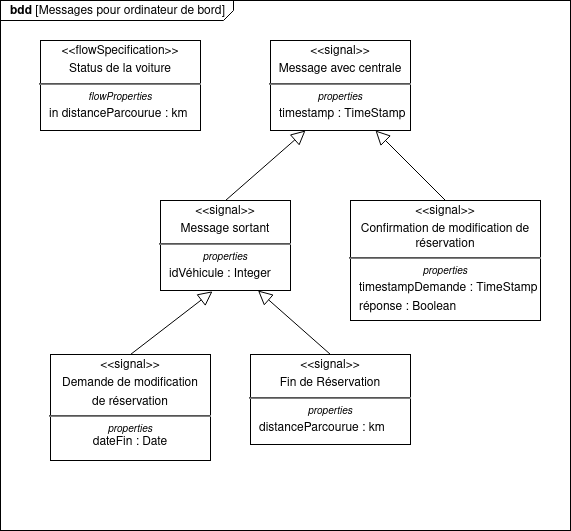
Earlier version of the draw.io export diagrammes/bdd_signaux_ordi_de_bord.png (Dalker/ISI-mobility). Source tidied: cells renumbered, new cells last; positions are measured from the earlier drawing's top-left corner, leaving out a move shared by most shapes.
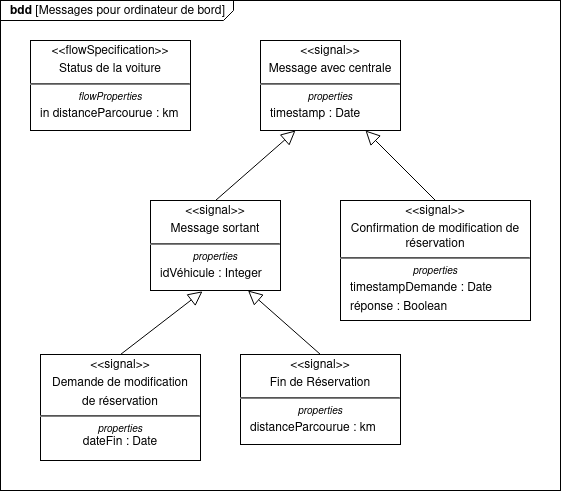
Later version of the same file.

The edit, as a diff of the source:
```diff
@@ -3,7 +3,7 @@
     <mxCell id="0" />
     <mxCell id="1" parent="0" />
     <mxCell id="2" value="&lt;p style=&quot;margin: 0px ; margin-top: 4px ; margin-left: 10px ; text-align: left&quot;&gt;&lt;b&gt;bdd&lt;/b&gt; [Messages pour ordinateur de bord]&lt;br&gt;&lt;/p&gt;" style="html=1;strokeWidth=1;shape=mxgraph.sysml.package;labelX=233;align=left;spacingLeft=10;overflow=fill;" parent="1" vertex="1">
-      <mxGeometry width="570" height="530" as="geometry" />
+      <mxGeometry x="10" width="560" height="490" as="geometry" />
     </mxCell>
     <mxCell id="3" value="&lt;p style=&quot;margin: 0px ; margin-top: 4px ; text-align: center&quot;&gt;&amp;lt;&amp;lt;signal&amp;gt;&amp;gt;&lt;/p&gt;&lt;p style=&quot;margin: 0px ; margin-top: 4px ; text-align: center&quot;&gt;Fin de Réservation&lt;br&gt;&lt;/p&gt;&lt;hr&gt;&lt;p style=&quot;font-size: 10px ; margin: 0px ; margin-top: 4px ; text-align: center&quot;&gt;&lt;i&gt;properties&lt;/i&gt;&lt;/p&gt;&lt;p style=&quot;margin: 0px ; margin-top: 4px ; margin-left: 10px ; text-align: left&quot;&gt;distanceParcourue : km&lt;/p&gt;" style="shape=rect;html=1;overflow=fill;whiteSpace=wrap;" parent="1" vertex="1">
       <mxGeometry x="250" y="354" width="160" height="90" as="geometry" />
@@ -20,10 +20,10 @@
     <mxCell id="7" style="edgeStyle=none;html=1;endSize=12;endArrow=block;endFill=0;entryX=0.4;entryY=1.009;entryDx=0;entryDy=0;exitX=0.5;exitY=0;exitDx=0;exitDy=0;entryPerimeter=0;" parent="1" edge="1" source="6" target="4">
       <mxGeometry relative="1" as="geometry" />
     </mxCell>
-    <mxCell id="8" value="&lt;p style=&quot;margin: 0px ; margin-top: 4px ; text-align: center&quot;&gt;&amp;lt;&amp;lt;signal&amp;gt;&amp;gt;&lt;/p&gt;&lt;p style=&quot;margin: 0px ; margin-top: 4px ; text-align: center&quot;&gt;Message avec centrale&lt;br&gt;&lt;/p&gt;&lt;hr&gt;&lt;p style=&quot;font-size: 10px ; margin: 0px ; margin-top: 4px ; text-align: center&quot;&gt;&lt;i&gt;properties&lt;/i&gt;&lt;/p&gt;&lt;p style=&quot;margin: 0px ; margin-top: 4px ; margin-left: 10px ; text-align: left&quot;&gt;timestamp : TimeStamp&lt;br&gt;&lt;/p&gt;" style="shape=rect;html=1;overflow=fill;whiteSpace=wrap;" parent="1" vertex="1">
+    <mxCell id="8" value="&lt;p style=&quot;margin: 0px ; margin-top: 4px ; text-align: center&quot;&gt;&amp;lt;&amp;lt;signal&amp;gt;&amp;gt;&lt;/p&gt;&lt;p style=&quot;margin: 0px ; margin-top: 4px ; text-align: center&quot;&gt;Message avec centrale&lt;br&gt;&lt;/p&gt;&lt;hr&gt;&lt;p style=&quot;font-size: 10px ; margin: 0px ; margin-top: 4px ; text-align: center&quot;&gt;&lt;i&gt;properties&lt;/i&gt;&lt;/p&gt;&lt;p style=&quot;margin: 0px ; margin-top: 4px ; margin-left: 10px ; text-align: left&quot;&gt;timestamp : Date&lt;br&gt;&lt;/p&gt;" style="shape=rect;html=1;overflow=fill;whiteSpace=wrap;" parent="1" vertex="1">
       <mxGeometry x="270" y="40" width="140" height="90" as="geometry" />
     </mxCell>
-    <mxCell id="9" value="&lt;p style=&quot;margin: 0px ; margin-top: 4px ; text-align: center&quot;&gt;&amp;lt;&amp;lt;signal&amp;gt;&amp;gt;&lt;/p&gt;&lt;p style=&quot;margin: 0px ; margin-top: 4px ; text-align: center&quot;&gt;Confirmation de modification de réservation&lt;br&gt;&lt;/p&gt;&lt;hr&gt;&lt;p style=&quot;font-size: 10px ; margin: 0px ; margin-top: 4px ; text-align: center&quot;&gt;&lt;i&gt;properties&lt;/i&gt;&lt;/p&gt;&lt;p style=&quot;margin: 0px ; margin-top: 4px ; margin-left: 10px ; text-align: left&quot;&gt;timestampDemande : TimeStamp&lt;br&gt;&lt;/p&gt;&lt;p style=&quot;margin: 0px ; margin-top: 4px ; margin-left: 10px ; text-align: left&quot;&gt;réponse : Boolean&lt;br&gt;&lt;/p&gt;" style="shape=rect;html=1;overflow=fill;whiteSpace=wrap;" parent="1" vertex="1">
+    <mxCell id="9" value="&lt;p style=&quot;margin: 0px ; margin-top: 4px ; text-align: center&quot;&gt;&amp;lt;&amp;lt;signal&amp;gt;&amp;gt;&lt;/p&gt;&lt;p style=&quot;margin: 0px ; margin-top: 4px ; text-align: center&quot;&gt;Confirmation de modification de réservation&lt;br&gt;&lt;/p&gt;&lt;hr&gt;&lt;p style=&quot;font-size: 10px ; margin: 0px ; margin-top: 4px ; text-align: center&quot;&gt;&lt;i&gt;properties&lt;/i&gt;&lt;/p&gt;&lt;p style=&quot;margin: 0px ; margin-top: 4px ; margin-left: 10px ; text-align: left&quot;&gt;timestampDemande : Date&lt;br&gt;&lt;/p&gt;&lt;p style=&quot;margin: 0px ; margin-top: 4px ; margin-left: 10px ; text-align: left&quot;&gt;réponse : Boolean&lt;br&gt;&lt;/p&gt;" style="shape=rect;html=1;overflow=fill;whiteSpace=wrap;" parent="1" vertex="1">
       <mxGeometry x="350" y="200" width="190" height="120" as="geometry" />
     </mxCell>
     <mxCell id="10" style="edgeStyle=none;html=1;endSize=12;endArrow=block;endFill=0;entryX=0.75;entryY=1;entryDx=0;entryDy=0;exitX=0.5;exitY=0;exitDx=0;exitDy=0;" parent="1" edge="1" source="9" target="8">
```
